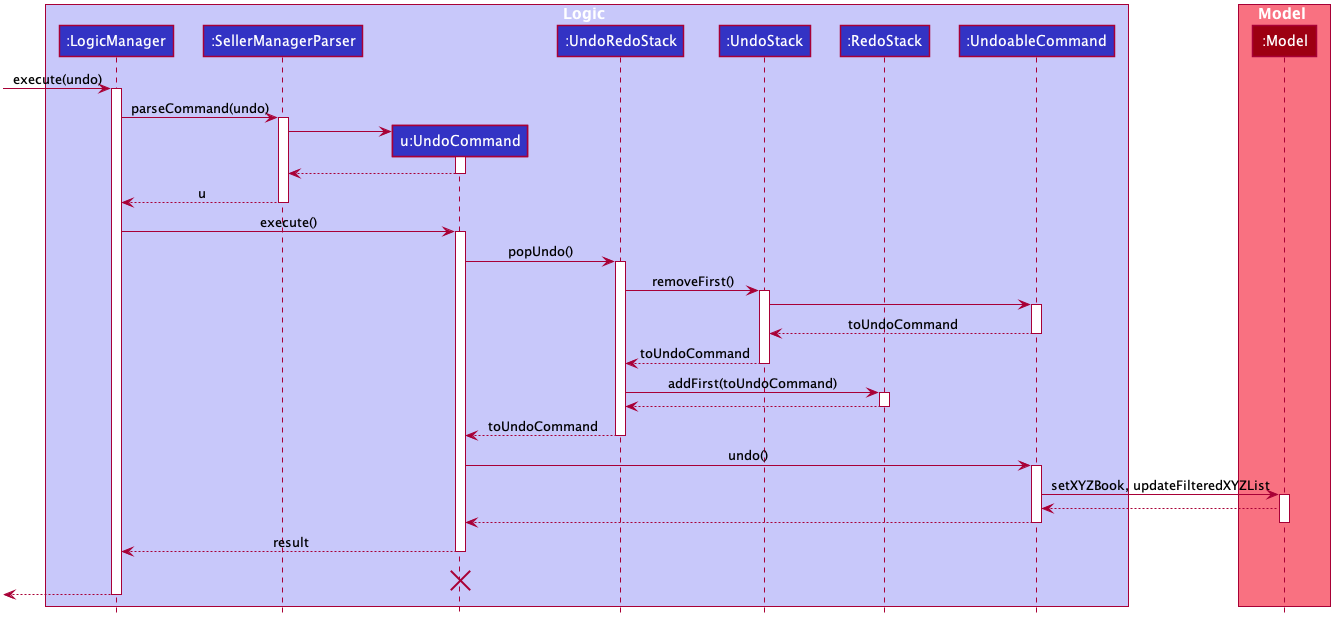
Earlier version of the PlantUML export docs/images/dg-diagram/UndoSequenceDiagram.png (nus-cs2103-AY1920S1/addressbook-level3). Source of this version:
```plantuml
@startuml








skinparam BackgroundColor #FFFFFFF

skinparam Shadowing false

skinparam Class {
    FontColor #FFFFFF
    BorderThickness 1
    BorderColor #FFFFFF
    StereotypeFontColor #FFFFFF
    FontName Arial
}

skinparam Actor {
    BorderColor #000000
    Color #000000
    FontName Arial
}

skinparam Sequence {
    MessageAlign center
    BoxFontSize 15
    BoxPadding 0
    BoxFontColor #FFFFFF
    FontName Arial
}

skinparam Participant {
    FontColor #FFFFFFF
    Padding 20
}

skinparam MinClassWidth 50
skinparam ParticipantPadding 10
skinparam Shadowing false
skinparam DefaultTextAlignment center
skinparam packageStyle Rectangle

hide footbox
hide members
hide circle

box Logic #C8C8FA
participant ":LogicManager" as LogicManager #3333C4
participant ":SellerManagerParser" as SellerManagerParser #3333C4
participant "u:UndoCommand" as UndoCommand #3333C4
participant ":UndoRedoStack" as UndoRedoStack #3333C4
participant ":UndoStack" as UndoStack #3333C4
participant ":RedoStack" as RedoStack #3333C4
participant ":UndoableCommand" as UndoableCommand #3333C4
end box

box Model #F97181
participant ":Model" as Model #9D0012
end box
[-> LogicManager : execute(undo)
activate LogicManager

LogicManager -> SellerManagerParser : parseCommand(undo)
activate SellerManagerParser

create UndoCommand
SellerManagerParser -> UndoCommand
activate UndoCommand

UndoCommand --> SellerManagerParser
deactivate UndoCommand

SellerManagerParser --> LogicManager : u
deactivate SellerManagerParser

LogicManager -> UndoCommand : execute()
activate UndoCommand

UndoCommand -> UndoRedoStack : popUndo()
activate UndoRedoStack

UndoRedoStack -> UndoStack : removeFirst()
activate UndoStack

UndoStack -> UndoableCommand
activate UndoableCommand

UndoableCommand --> UndoStack : toUndoCommand

deactivate UndoableCommand

UndoStack --> UndoRedoStack : toUndoCommand

deactivate UndoStack


UndoRedoStack -> RedoStack : addFirst(toUndoCommand)
activate RedoStack

RedoStack --> UndoRedoStack

deactivate RedoStack

UndoRedoStack --> UndoCommand : toUndoCommand

deactivate UndoRedoStack

UndoCommand -> UndoableCommand : undo()
activate UndoableCommand

UndoableCommand -> Model : setXYZBook, updateFilteredXYZList
activate Model


Model --> UndoableCommand

UndoableCommand --> UndoCommand
deactivate UndoableCommand

deactivate Model

UndoCommand --> LogicManager : result
deactivate UndoCommand
UndoCommand -[hidden]-> LogicManager : result
destroy UndoCommand

[<--LogicManager
deactivate LogicManager
@enduml
```
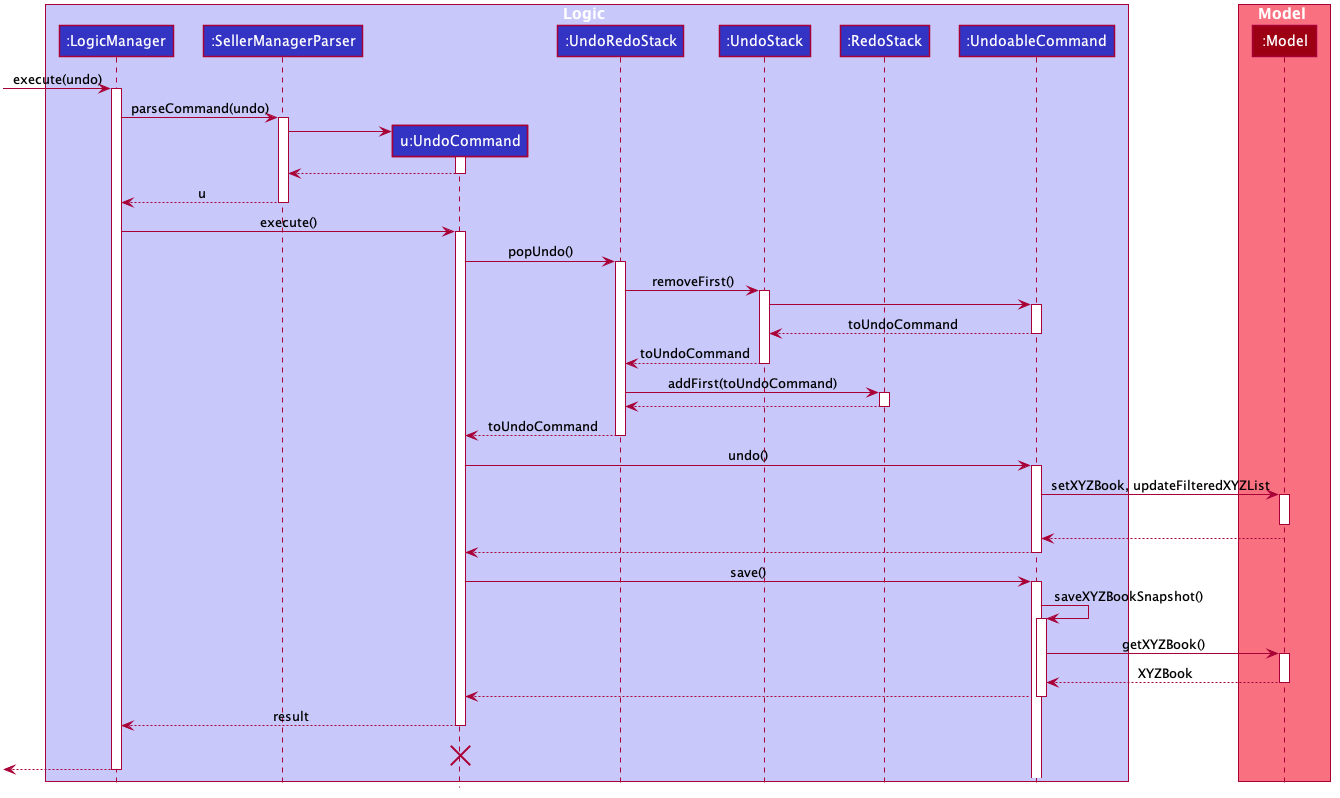
Later version of the same file.

Change to the diagram source:
```diff
@@ -93,6 +93,8 @@
 
 deactivate UndoableCommand
 
+
+
 UndoStack --> UndoRedoStack : toUndoCommand
 
 deactivate UndoStack
@@ -116,12 +118,29 @@
 activate Model
 
 
+deactivate Model
+
 Model --> UndoableCommand
 
 UndoableCommand --> UndoCommand
 deactivate UndoableCommand
 
+UndoCommand -> UndoableCommand : save()
+activate UndoableCommand
+
+UndoableCommand -> UndoableCommand ++: saveXYZBookSnapshot()
+
+UndoableCommand -> Model : getXYZBook()
+activate Model
+
+Model --> UndoableCommand : XYZBook
 deactivate Model
+
+UndoableCommand --> UndoCommand
+deactivate UndoableCommand
+
+
+
 
 UndoCommand --> LogicManager : result
 deactivate UndoCommand
```
